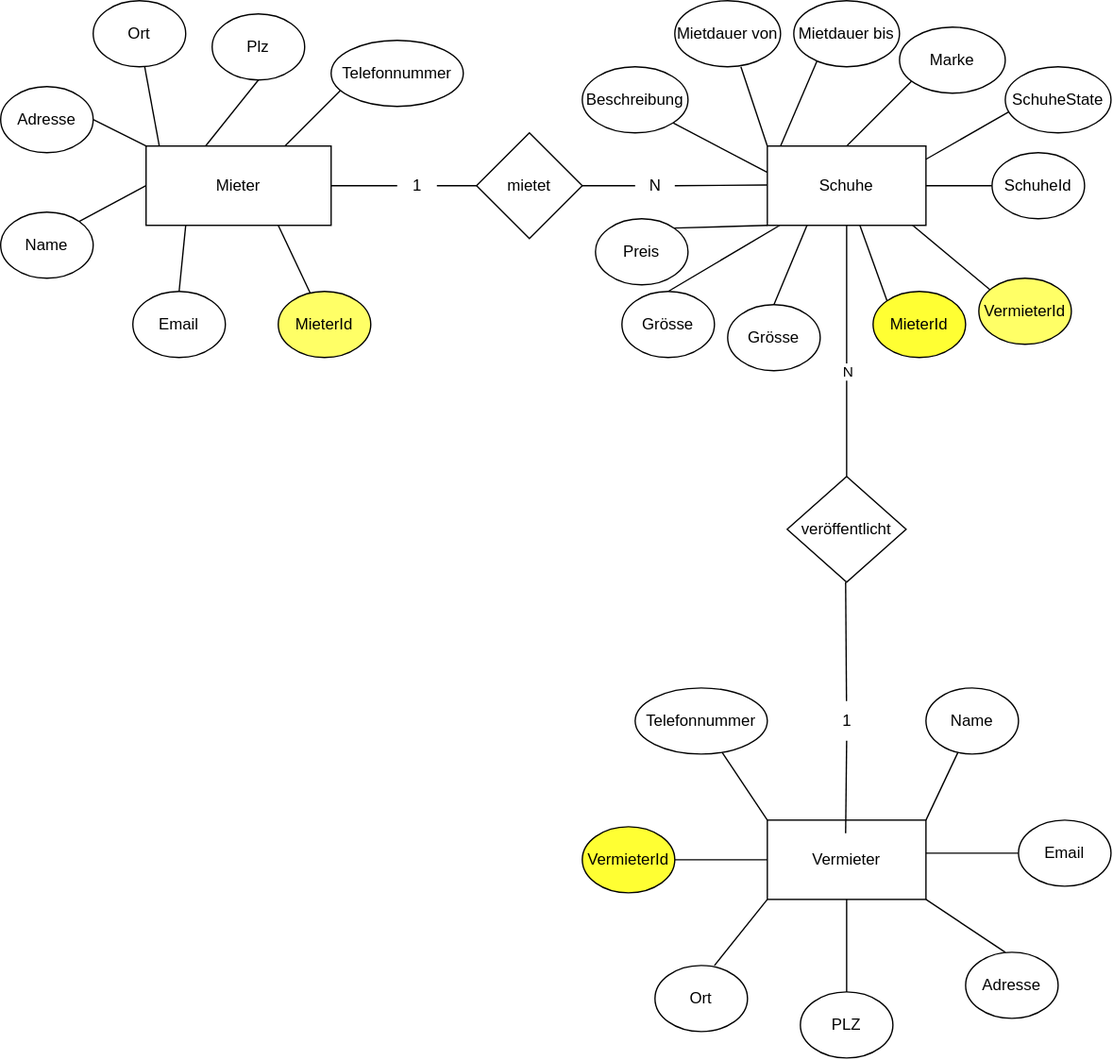
This is doc/figures/er-modell.drawio.svg from Jegattha/shoerental, a draw.io export, as it was before one commit. Source tidied: cells renumbered, new cells last; positions are measured from the earlier drawing's top-left corner, leaving out a move shared by most shapes.
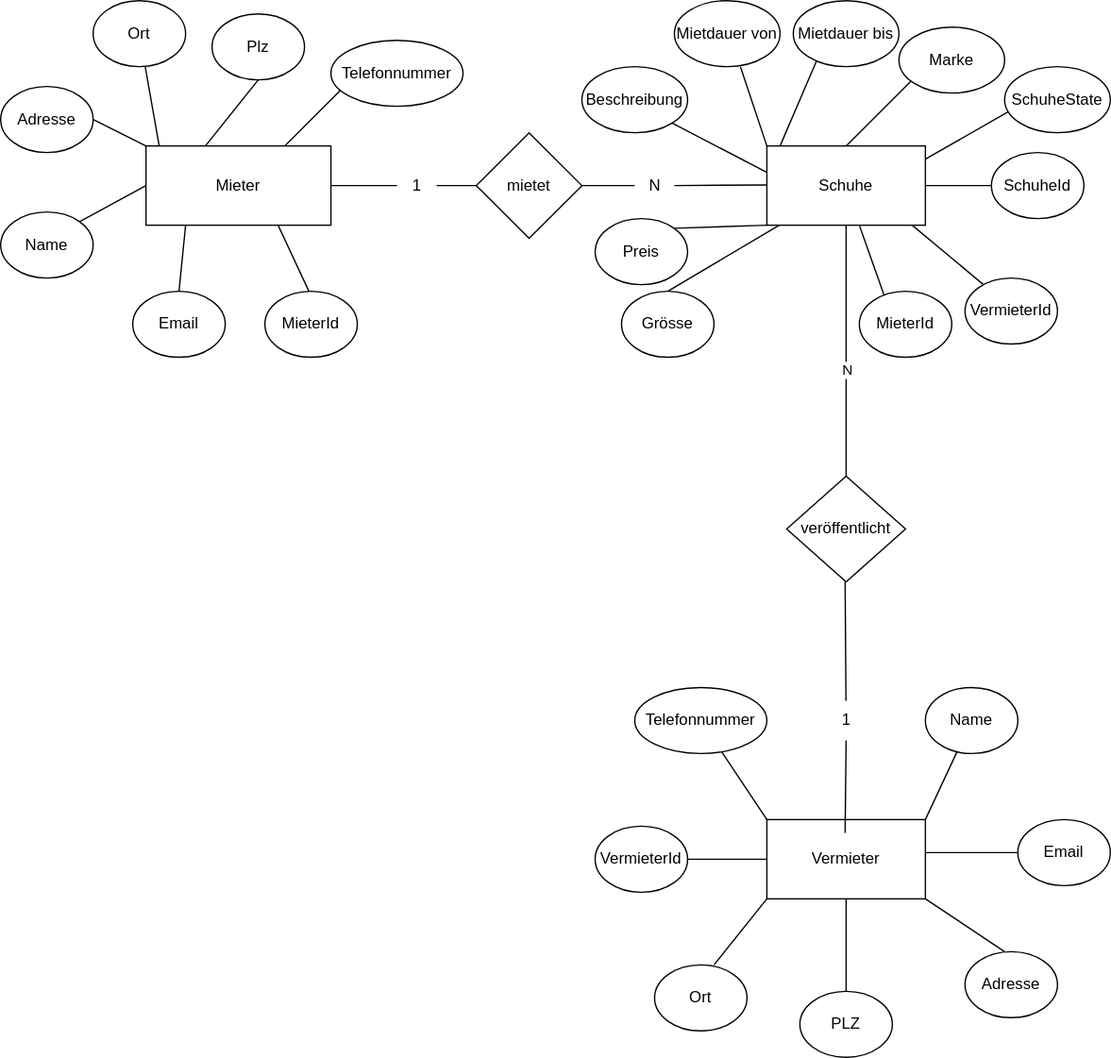
The same diagram one commit later.

Diff of the diagram source:
```diff
@@ -45,14 +45,12 @@
     <mxCell id="12" value="Email" style="ellipse;whiteSpace=wrap;html=1;" parent="1" vertex="1">
       <mxGeometry x="100" y="220" width="70" height="50" as="geometry" />
     </mxCell>
-    <mxCell id="13" style="endArrow=none;html=1;startArrow=none;" parent="1" edge="1" source="14">
+    <mxCell id="13" style="endArrow=none;html=1;startArrow=none;" parent="1" edge="1">
       <mxGeometry relative="1" as="geometry">
+        <mxPoint x="233.9" y="221.3" as="sourcePoint" />
         <mxPoint x="210" y="170" as="targetPoint" />
       </mxGeometry>
     </mxCell>
-    <mxCell id="14" value="MieterId" style="ellipse;whiteSpace=wrap;html=1;fillColor=#FFFF66;" parent="1" vertex="1">
-      <mxGeometry x="210" y="220" width="70" height="50" as="geometry" />
-    </mxCell>
     <mxCell id="15" style="endArrow=none;html=1;" parent="1" edge="1">
       <mxGeometry relative="1" as="geometry">
         <mxPoint x="215" y="110" as="sourcePoint" />
@@ -96,23 +94,18 @@
     <mxCell id="26" value="SchuheId" style="ellipse;whiteSpace=wrap;html=1;" parent="1" vertex="1">
       <mxGeometry x="750" y="115" width="70" height="50" as="geometry" />
     </mxCell>
-    <mxCell id="27" style="endArrow=none;html=1;exitX=0;exitY=0;exitDx=0;exitDy=0;" parent="1" edge="1" source="28">
+    <mxCell id="27" style="endArrow=none;html=1;exitX=0;exitY=0;exitDx=0;exitDy=0;" parent="1" edge="1">
       <mxGeometry relative="1" as="geometry">
+        <mxPoint x="670.3" y="227.3" as="sourcePoint" />
         <mxPoint x="650" y="170" as="targetPoint" />
       </mxGeometry>
     </mxCell>
-    <mxCell id="28" value="MieterId" style="ellipse;whiteSpace=wrap;html=1;fillColor=#FFFF33;" parent="1" vertex="1">
-      <mxGeometry x="660" y="220" width="70" height="50" as="geometry" />
-    </mxCell>
     <mxCell id="29" style="endArrow=none;html=1;" parent="1" edge="1">
       <mxGeometry relative="1" as="geometry">
         <mxPoint x="750" y="220" as="sourcePoint" />
         <mxPoint x="690" y="170" as="targetPoint" />
       </mxGeometry>
     </mxCell>
-    <mxCell id="30" value="VermieterId" style="ellipse;whiteSpace=wrap;html=1;fillColor=#FFFF66;" parent="1" vertex="1">
-      <mxGeometry x="740" y="210" width="70" height="50" as="geometry" />
-    </mxCell>
     <mxCell id="31" style="endArrow=none;html=1;entryX=1;entryY=1;entryDx=0;entryDy=0;" parent="1" edge="1" target="32">
       <mxGeometry relative="1" as="geometry">
         <mxPoint x="580" y="130" as="sourcePoint" />
@@ -207,17 +200,11 @@
     <mxCell id="53" value="Ort" style="ellipse;whiteSpace=wrap;html=1;" parent="1" vertex="1">
       <mxGeometry x="495" y="730" width="70" height="50" as="geometry" />
     </mxCell>
-    <mxCell id="54" style="endArrow=none;html=1;exitX=0;exitY=0.5;exitDx=0;exitDy=0;startArrow=none;" parent="1" edge="1" source="56">
-      <mxGeometry relative="1" as="geometry">
-        <mxPoint x="490" y="650" as="targetPoint" />
-      </mxGeometry>
-    </mxCell>
-    <mxCell id="55" style="endArrow=none;html=1;exitX=0;exitY=0.5;exitDx=0;exitDy=0;" parent="1" edge="1" source="45" target="56">
-      <mxGeometry relative="1" as="geometry" />
+    <mxCell id="55" style="endArrow=none;html=1;exitX=0;exitY=0.5;exitDx=0;exitDy=0;" parent="1" edge="1" source="45">
+      <mxGeometry relative="1" as="geometry">
+        <mxPoint x="510" y="650" as="targetPoint" />
+      </mxGeometry>
     </mxCell>
-    <mxCell id="56" value="VermieterId" style="ellipse;whiteSpace=wrap;html=1;fillColor=#FFFF33;" parent="1" vertex="1">
-      <mxGeometry x="440" y="625" width="70" height="50" as="geometry" />
-    </mxCell>
     <mxCell id="57" style="endArrow=none;html=1;exitX=0;exitY=0;exitDx=0;exitDy=0;startArrow=none;" parent="1" edge="1" source="59">
       <mxGeometry relative="1" as="geometry">
         <mxPoint x="550" y="560" as="targetPoint" />
@@ -237,12 +224,6 @@
     <mxCell id="61" style="endArrow=none;html=1;exitX=0.5;exitY=1;exitDx=0;exitDy=0;entryX=0.5;entryY=0;entryDx=0;entryDy=0;" parent="1" edge="1" source="45" target="52">
       <mxGeometry relative="1" as="geometry" />
     </mxCell>
-    <mxCell id="62" style="endArrow=none;html=1;exitX=0.25;exitY=1;exitDx=0;exitDy=0;entryX=0.5;entryY=0;entryDx=0;entryDy=0;" parent="1" edge="1" source="20" target="63">
-      <mxGeometry relative="1" as="geometry" />
-    </mxCell>
-    <mxCell id="63" value="Grösse" style="ellipse;whiteSpace=wrap;html=1;" parent="1" vertex="1">
-      <mxGeometry x="550" y="230" width="70" height="50" as="geometry" />
-    </mxCell>
     <mxCell id="64" style="endArrow=none;html=1;exitX=1;exitY=0.5;exitDx=0;exitDy=0;" parent="1" edge="1" source="2" target="65">
       <mxGeometry relative="1" as="geometry" />
     </mxCell>
@@ -263,5 +244,17 @@
     <mxCell id="69" value="1" style="text;html=1;align=center;verticalAlign=middle;points=[];strokeColor=none;fillColor=none;" parent="1" vertex="1">
       <mxGeometry x="625" y="530" width="30" height="30" as="geometry" />
     </mxCell>
+    <mxCell id="70" value="MieterId" style="ellipse;whiteSpace=wrap;html=1;" parent="1" vertex="1">
+      <mxGeometry x="650" y="220" width="70" height="50" as="geometry" />
+    </mxCell>
+    <mxCell id="71" value="MieterId" style="ellipse;whiteSpace=wrap;html=1;" parent="1" vertex="1">
+      <mxGeometry x="200" y="220" width="70" height="50" as="geometry" />
+    </mxCell>
+    <mxCell id="72" value="VermieterId" style="ellipse;whiteSpace=wrap;html=1;" parent="1" vertex="1">
+      <mxGeometry x="730" y="210" width="70" height="50" as="geometry" />
+    </mxCell>
+    <mxCell id="73" value="VermieterId" style="ellipse;whiteSpace=wrap;html=1;" parent="1" vertex="1">
+      <mxGeometry x="450" y="625" width="70" height="50" as="geometry" />
+    </mxCell>
   </root>
 </mxGraphModel>
```
